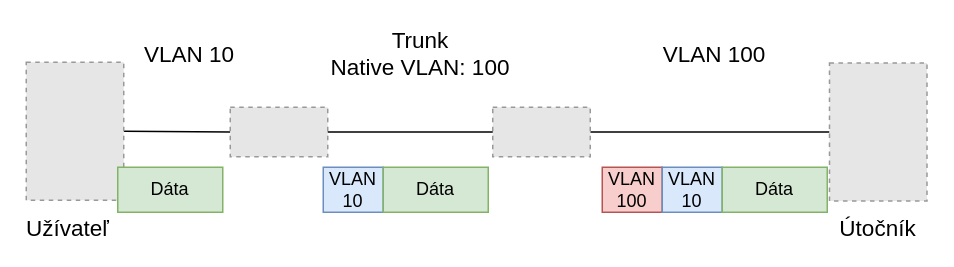
Above: thesis/obrazky/double-tagging.drawio in siorus/MasterThesis (draw.io), before the change. Source tidied: cells renumbered, new cells numbered last; positions are measured from the earlier drawing's top-left corner, leaving out a move shared by most shapes. Both pictures are drawn from the tidied source at 150%, with x=0, y=0 at pixel (26, 38). Pictures stored in the file or linked from it are replaced by grey dashed boxes.
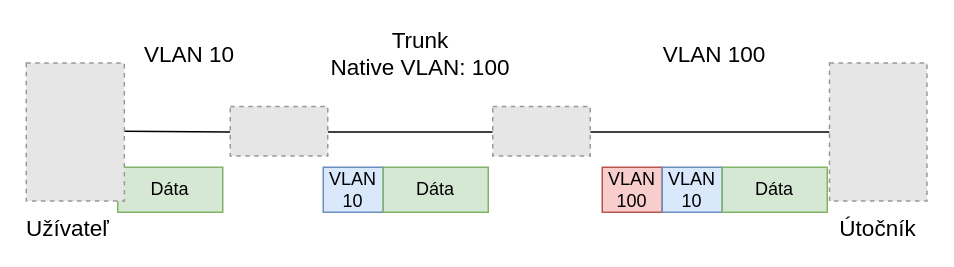
The same diagram, later.

The change refers to these unchanged cells:
```xml
<mxCell id="10" style="fillColor=#E6E6E6;strokeColor=#999999;dashed=1;" parent="1" vertex="1">
  <mxGeometry x="535.5" y="16.5" width="65" height="92" as="geometry" />
</mxCell>
```

What changed in the source:
```diff
@@
-    <mxCell id="2" style="endArrow=none;html=1;entryX=1;entryY=0.5;entryDx=0;entryDy=0;exitX=0;exitY=0.5;exitDx=0;exitDy=0;" parent="1" edge="1" source="4" target="8">
-      <mxGeometry relative="1" as="geometry" />
+    <mxCell id="2" style="endArrow=none;html=1;entryX=1;entryY=0.5;entryDx=0;entryDy=0;exitX=0;exitY=0.5;exitDx=0;exitDy=0;" parent="1" edge="1">
+      <mxGeometry relative="1" as="geometry">
+        <mxPoint x="136" y="62.5" as="sourcePoint" />
+        <mxPoint x="65" y="62" as="targetPoint" />
+      </mxGeometry>
     </mxCell>
-    <mxCell id="3" style="endArrow=none;html=1;entryX=0;entryY=0.5;entryDx=0;entryDy=0;exitX=1;exitY=0.5;exitDx=0;exitDy=0;" parent="1" edge="1" source="5" target="10">
-      <mxGeometry relative="1" as="geometry" />
+    <mxCell id="3" style="endArrow=none;html=1;entryX=0;entryY=0.5;entryDx=0;entryDy=0;exitX=1;exitY=0.5;exitDx=0;exitDy=0;" parent="1" edge="1" target="10">
+      <mxGeometry relative="1" as="geometry">
+        <mxPoint x="376" y="62.5" as="sourcePoint" />
+      </mxGeometry>
     </mxCell>
-    <mxCell id="4" style="fillColor=#E6E6E6;strokeColor=#999999;dashed=1;" parent="1" vertex="1">
-      <mxGeometry x="136" y="46" width="65" height="33" as="geometry" />
-    </mxCell>
-    <mxCell id="5" style="fillColor=#E6E6E6;strokeColor=#999999;dashed=1;" parent="1" vertex="1">
-      <mxGeometry x="311" y="46" width="65" height="33" as="geometry" />
-    </mxCell>
-    <mxCell id="6" style="endArrow=none;html=1;entryX=0;entryY=0.5;entryDx=0;entryDy=0;exitX=1;exitY=0.5;exitDx=0;exitDy=0;" parent="1" edge="1" source="4" target="5">
-      <mxGeometry relative="1" as="geometry" />
+    <mxCell id="6" style="endArrow=none;html=1;entryX=0;entryY=0.5;entryDx=0;entryDy=0;exitX=1;exitY=0.5;exitDx=0;exitDy=0;" parent="1" edge="1">
+      <mxGeometry relative="1" as="geometry">
+        <mxPoint x="201" y="62.5" as="sourcePoint" />
+        <mxPoint x="311" y="62.5" as="targetPoint" />
+      </mxGeometry>
     </mxCell>
@@
-    <mxCell id="8" style="fillColor=#E6E6E6;strokeColor=#999999;dashed=1;" parent="1" vertex="1">
-      <mxGeometry y="16" width="65" height="92" as="geometry" />
-    </mxCell>
@@
+    <mxCell id="20" style="fillColor=#E6E6E6;strokeColor=#999999;dashed=1;" parent="1" vertex="1">
+      <mxGeometry x="136" y="45.5" width="65" height="33" as="geometry" />
+    </mxCell>
+    <mxCell id="21" style="fillColor=#E6E6E6;strokeColor=#999999;dashed=1;" parent="1" vertex="1">
+      <mxGeometry x="311" y="45.5" width="65" height="33" as="geometry" />
+    </mxCell>
+    <mxCell id="22" style="fillColor=#E6E6E6;strokeColor=#999999;dashed=1;" parent="1" vertex="1">
+      <mxGeometry y="16.5" width="65.4" height="92" as="geometry" />
+    </mxCell>
```
